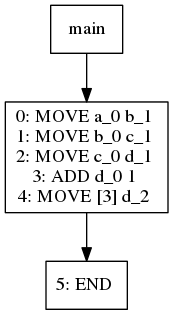
Before: viz/test019.dot.png, a diagram exported from Graphviz (jiahanwang/PL241-Compiler). Its source is kept beside it as viz/test019.dot.
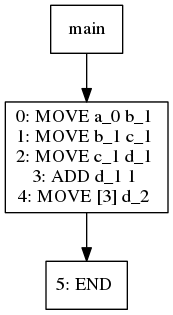
The same file after the commit.

What changed in the source:
```diff
@@ -3,9 +3,9 @@
 1[label="main"]
 1 -> 3
 3[label="0: MOVE a_0 b_1
-1: MOVE b_0 c_1
-2: MOVE c_0 d_1
-3: ADD d_0 1
+1: MOVE b_1 c_1
+2: MOVE c_1 d_1
+3: ADD d_1 1
 4: MOVE [3] d_2
 "]
 3 -> 7
```
